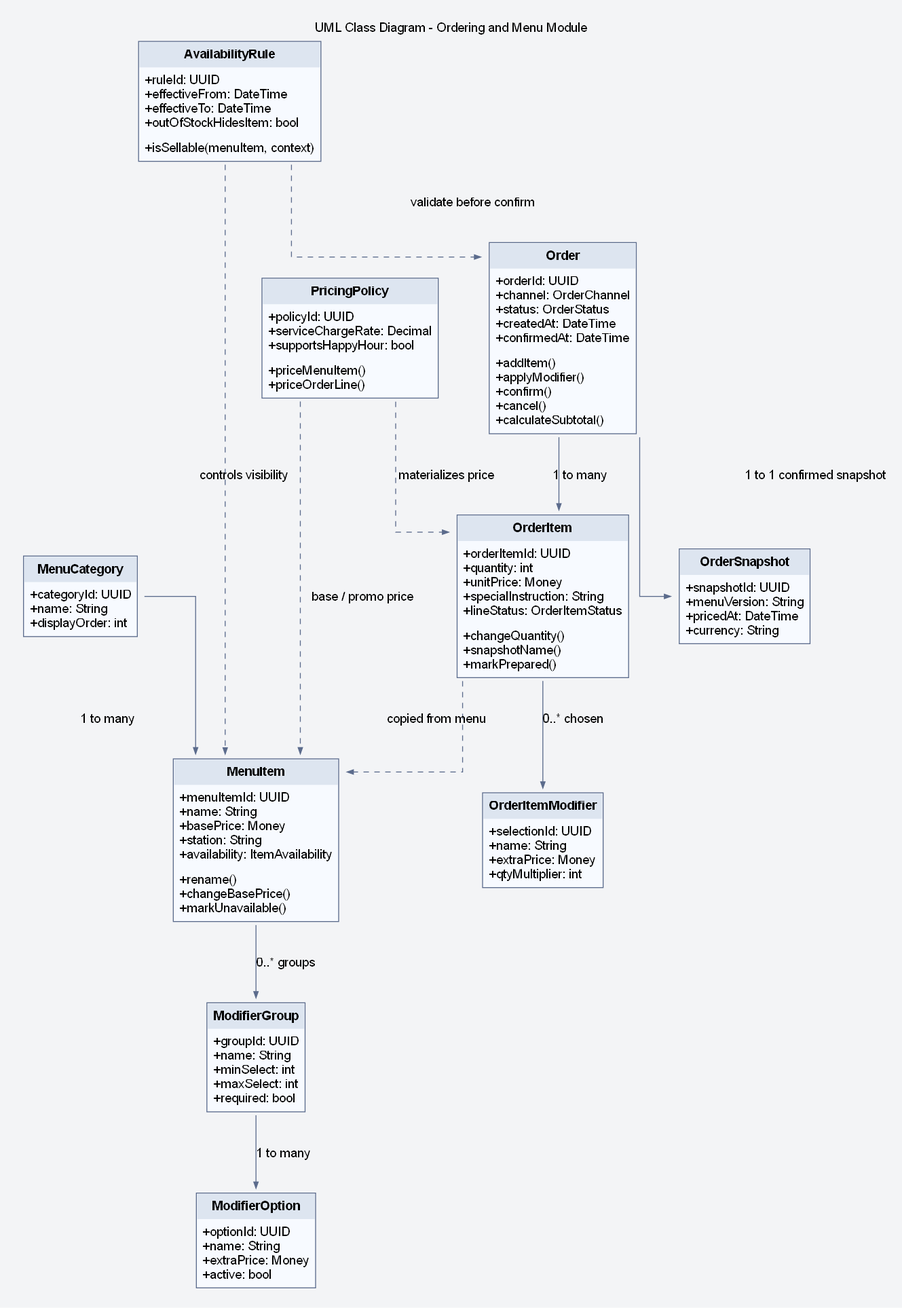
lehoangluan1/SA_IRMS keeps this Graphviz diagram as assets/diagrams/rendered/design/27_uml_class_diagram_ordering_and_menu_module.png. Above is the earlier version. Its source is kept beside it as assets/diagrams/source/design/27_uml_class_diagram_ordering_and_menu_module.dot. Source of this version:
```dot
digraph G {

graph [bgcolor="#F3F4F6", pad="0.25", nodesep="0.55", ranksep="0.9", splines=ortho, fontname="Helvetica"];
node [fontname="Helvetica", shape=plaintext];
edge [fontname="Helvetica", color="#5B6B8C", penwidth=1.0, arrowsize=0.7];

labelloc="t";
label="UML Class Diagram - Ordering and Menu Module";
rankdir=TB;
MenuCategory [label=<
<TABLE BORDER="1" CELLBORDER="0" CELLSPACING="0" CELLPADDING="6" COLOR="#5B6B8C" BGCOLOR="#F7FAFF">
<TR><TD BGCOLOR="#DDE5F0"><B>MenuCategory</B></TD></TR>
<TR><TD ALIGN="LEFT" BALIGN="LEFT">+categoryId: UUID<BR ALIGN='LEFT'/>+name: String<BR ALIGN='LEFT'/>+displayOrder: int</TD></TR>

</TABLE>
>];
MenuItem [label=<
<TABLE BORDER="1" CELLBORDER="0" CELLSPACING="0" CELLPADDING="6" COLOR="#5B6B8C" BGCOLOR="#F7FAFF">
<TR><TD BGCOLOR="#DDE5F0"><B>MenuItem</B></TD></TR>
<TR><TD ALIGN="LEFT" BALIGN="LEFT">+menuItemId: UUID<BR ALIGN='LEFT'/>+name: String<BR ALIGN='LEFT'/>+basePrice: Money<BR ALIGN='LEFT'/>+station: String<BR ALIGN='LEFT'/>+availability: ItemAvailability</TD></TR>
<TR><TD ALIGN="LEFT" BALIGN="LEFT">+rename()<BR ALIGN='LEFT'/>+changeBasePrice()<BR ALIGN='LEFT'/>+markUnavailable()</TD></TR>
</TABLE>
>];
ModifierGroup [label=<
<TABLE BORDER="1" CELLBORDER="0" CELLSPACING="0" CELLPADDING="6" COLOR="#5B6B8C" BGCOLOR="#F7FAFF">
<TR><TD BGCOLOR="#DDE5F0"><B>ModifierGroup</B></TD></TR>
<TR><TD ALIGN="LEFT" BALIGN="LEFT">+groupId: UUID<BR ALIGN='LEFT'/>+name: String<BR ALIGN='LEFT'/>+minSelect: int<BR ALIGN='LEFT'/>+maxSelect: int<BR ALIGN='LEFT'/>+required: bool</TD></TR>

</TABLE>
>];
ModifierOption [label=<
<TABLE BORDER="1" CELLBORDER="0" CELLSPACING="0" CELLPADDING="6" COLOR="#5B6B8C" BGCOLOR="#F7FAFF">
<TR><TD BGCOLOR="#DDE5F0"><B>ModifierOption</B></TD></TR>
<TR><TD ALIGN="LEFT" BALIGN="LEFT">+optionId: UUID<BR ALIGN='LEFT'/>+name: String<BR ALIGN='LEFT'/>+extraPrice: Money<BR ALIGN='LEFT'/>+active: bool</TD></TR>

</TABLE>
>];
AvailabilityRule [label=<
<TABLE BORDER="1" CELLBORDER="0" CELLSPACING="0" CELLPADDING="6" COLOR="#5B6B8C" BGCOLOR="#F7FAFF">
<TR><TD BGCOLOR="#DDE5F0"><B>AvailabilityRule</B></TD></TR>
<TR><TD ALIGN="LEFT" BALIGN="LEFT">+ruleId: UUID<BR ALIGN='LEFT'/>+effectiveFrom: DateTime<BR ALIGN='LEFT'/>+effectiveTo: DateTime<BR ALIGN='LEFT'/>+outOfStockHidesItem: bool</TD></TR>
<TR><TD ALIGN="LEFT" BALIGN="LEFT">+isSellable(menuItem, context)</TD></TR>
</TABLE>
>];
PricingPolicy [label=<
<TABLE BORDER="1" CELLBORDER="0" CELLSPACING="0" CELLPADDING="6" COLOR="#5B6B8C" BGCOLOR="#F7FAFF">
<TR><TD BGCOLOR="#DDE5F0"><B>PricingPolicy</B></TD></TR>
<TR><TD ALIGN="LEFT" BALIGN="LEFT">+policyId: UUID<BR ALIGN='LEFT'/>+serviceChargeRate: Decimal<BR ALIGN='LEFT'/>+supportsHappyHour: bool</TD></TR>
<TR><TD ALIGN="LEFT" BALIGN="LEFT">+priceMenuItem()<BR ALIGN='LEFT'/>+priceOrderLine()</TD></TR>
</TABLE>
>];
Order [label=<
<TABLE BORDER="1" CELLBORDER="0" CELLSPACING="0" CELLPADDING="6" COLOR="#5B6B8C" BGCOLOR="#F7FAFF">
<TR><TD BGCOLOR="#DDE5F0"><B>Order</B></TD></TR>
<TR><TD ALIGN="LEFT" BALIGN="LEFT">+orderId: UUID<BR ALIGN='LEFT'/>+channel: OrderChannel<BR ALIGN='LEFT'/>+status: OrderStatus<BR ALIGN='LEFT'/>+createdAt: DateTime<BR ALIGN='LEFT'/>+confirmedAt: DateTime</TD></TR>
<TR><TD ALIGN="LEFT" BALIGN="LEFT">+addItem()<BR ALIGN='LEFT'/>+applyModifier()<BR ALIGN='LEFT'/>+confirm()<BR ALIGN='LEFT'/>+cancel()<BR ALIGN='LEFT'/>+calculateSubtotal()</TD></TR>
</TABLE>
>];
OrderItem [label=<
<TABLE BORDER="1" CELLBORDER="0" CELLSPACING="0" CELLPADDING="6" COLOR="#5B6B8C" BGCOLOR="#F7FAFF">
<TR><TD BGCOLOR="#DDE5F0"><B>OrderItem</B></TD></TR>
<TR><TD ALIGN="LEFT" BALIGN="LEFT">+orderItemId: UUID<BR ALIGN='LEFT'/>+quantity: int<BR ALIGN='LEFT'/>+unitPrice: Money<BR ALIGN='LEFT'/>+specialInstruction: String<BR ALIGN='LEFT'/>+lineStatus: OrderItemStatus</TD></TR>
<TR><TD ALIGN="LEFT" BALIGN="LEFT">+changeQuantity()<BR ALIGN='LEFT'/>+snapshotName()<BR ALIGN='LEFT'/>+markPrepared()</TD></TR>
</TABLE>
>];
OrderItemModifier [label=<
<TABLE BORDER="1" CELLBORDER="0" CELLSPACING="0" CELLPADDING="6" COLOR="#5B6B8C" BGCOLOR="#F7FAFF">
<TR><TD BGCOLOR="#DDE5F0"><B>OrderItemModifier</B></TD></TR>
<TR><TD ALIGN="LEFT" BALIGN="LEFT">+selectionId: UUID<BR ALIGN='LEFT'/>+name: String<BR ALIGN='LEFT'/>+extraPrice: Money<BR ALIGN='LEFT'/>+qtyMultiplier: int</TD></TR>

</TABLE>
>];
OrderSnapshot [label=<
<TABLE BORDER="1" CELLBORDER="0" CELLSPACING="0" CELLPADDING="6" COLOR="#5B6B8C" BGCOLOR="#F7FAFF">
<TR><TD BGCOLOR="#DDE5F0"><B>OrderSnapshot</B></TD></TR>
<TR><TD ALIGN="LEFT" BALIGN="LEFT">+snapshotId: UUID<BR ALIGN='LEFT'/>+menuVersion: String<BR ALIGN='LEFT'/>+pricedAt: DateTime<BR ALIGN='LEFT'/>+currency: String</TD></TR>

</TABLE>
>];

MenuCategory -> MenuItem [label="1 to many"];
MenuItem -> ModifierGroup [label="0..* groups"];
ModifierGroup -> ModifierOption [label="1 to many"];
AvailabilityRule -> MenuItem [style=dashed, label="controls visibility"];
PricingPolicy -> MenuItem [style=dashed, label="base / promo price"];
Order -> OrderItem [label="1 to many"];
OrderItem -> OrderItemModifier [label="0..* chosen"];
OrderItem -> MenuItem [style=dashed, label="copied from menu"];
Order -> OrderSnapshot [label="1 to 1 confirmed snapshot"];
PricingPolicy -> OrderItem [style=dashed, label="materializes price"];
AvailabilityRule -> Order [style=dashed, label="validate before confirm"];
}
```
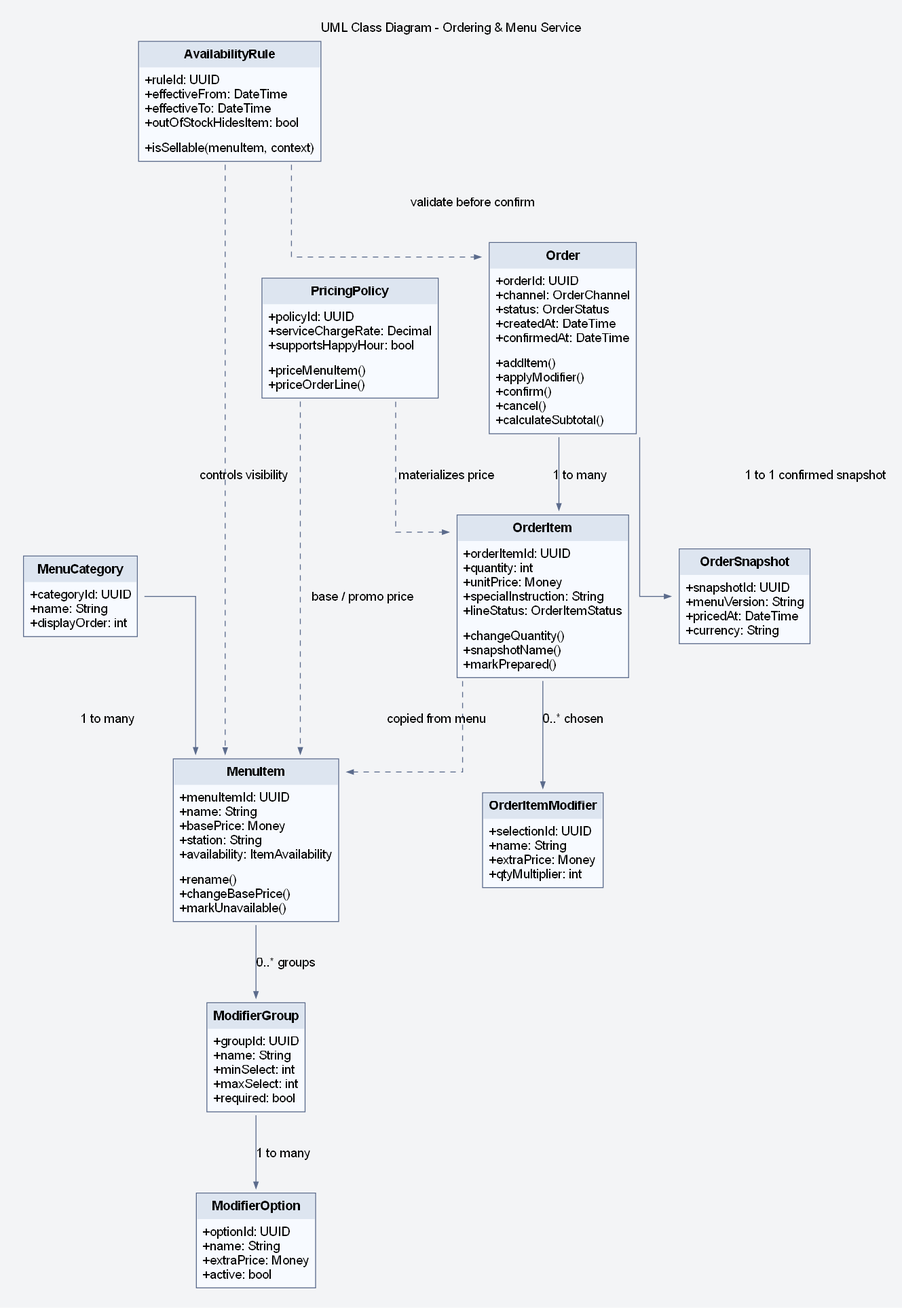
Above is the later version.

Diff of the diagram source:
```diff
@@ -5,7 +5,7 @@
 edge [fontname="Helvetica", color="#5B6B8C", penwidth=1.0, arrowsize=0.7];
 
 labelloc="t";
-label="UML Class Diagram - Ordering and Menu Module";
+label="UML Class Diagram - Ordering & Menu Service";
 rankdir=TB;
 MenuCategory [label=<
 <TABLE BORDER="1" CELLBORDER="0" CELLSPACING="0" CELLPADDING="6" COLOR="#5B6B8C" BGCOLOR="#F7FAFF">
```
